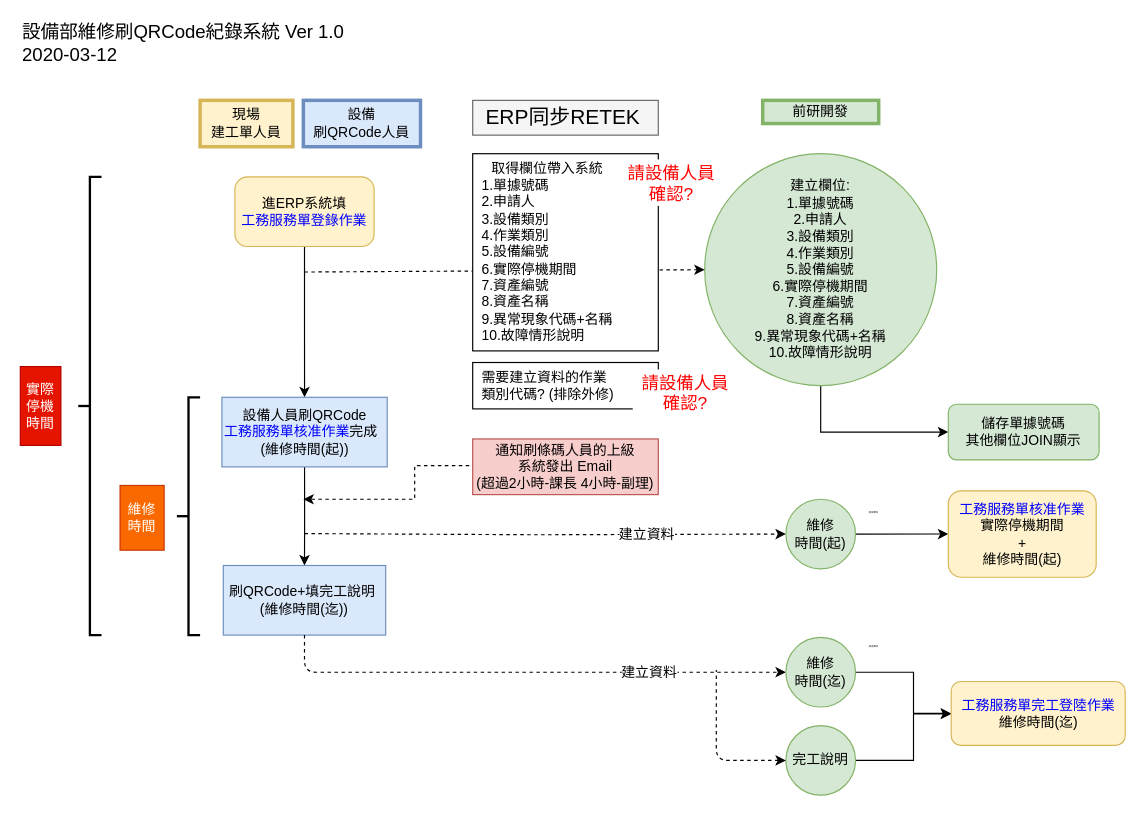
Before: 0311.drawio in tinalolo/drowio, a draw.io diagram. Source tidied: cells renumbered, new cells numbered last; positions are measured from the earlier drawing's top-left corner, leaving out a move shared by most shapes. Both pictures are drawn from the tidied source at 116%, with x=0, y=0 at pixel (20, 20).
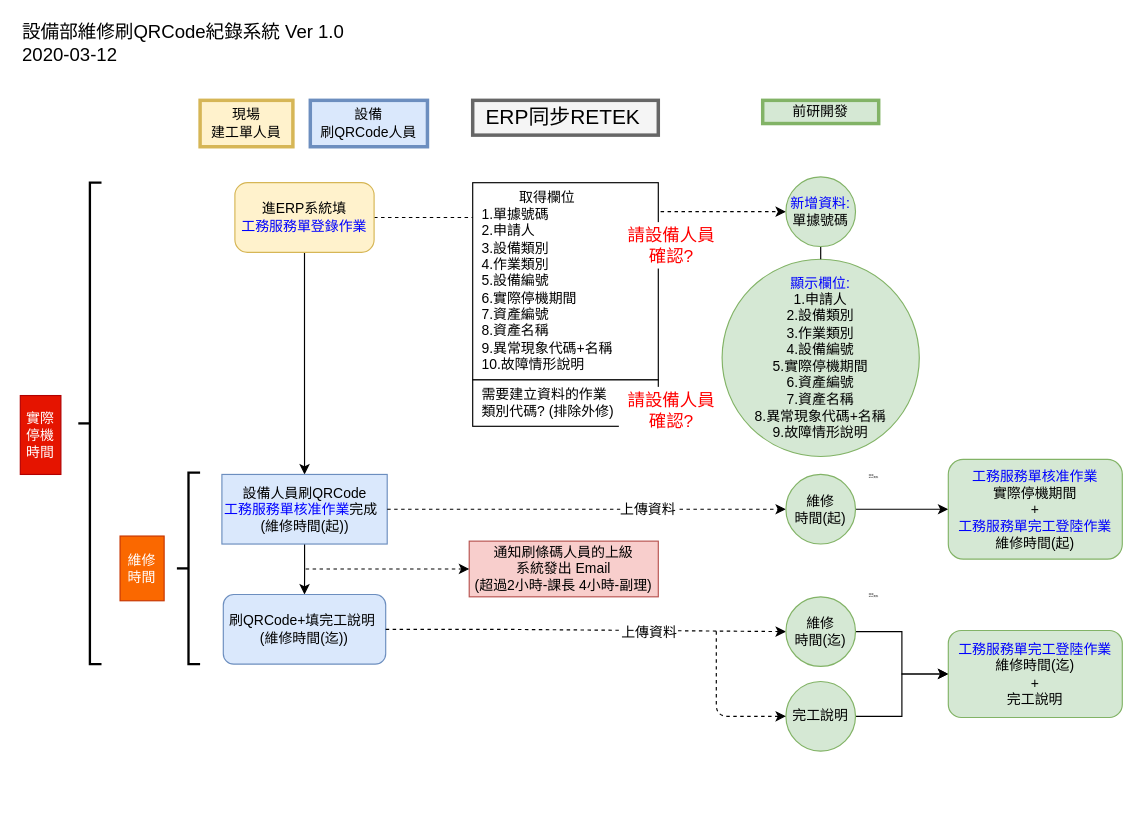
The same diagram, later.

Change to the diagram source:
```diff
@@
+    <mxCell id="42" style="edgeStyle=orthogonalEdgeStyle;rounded=0;jettySize=auto;html=1;exitX=1;exitY=0.5;exitDx=0;exitDy=0;entryX=0;entryY=0.5;entryDx=0;entryDy=0;startArrow=none;startFill=0;endArrow=classic;endFill=1;fontSize=2;fontColor=#FF0000;dashed=1;" parent="1" edge="1" source="3" target="44">
+      <mxGeometry relative="1" as="geometry" />
+    </mxCell>
     <mxCell id="3" value="進ERP系統填&lt;br&gt;&lt;font color=&quot;#0000ff&quot;&gt;工務服務單登錄作業&lt;/font&gt;" style="rounded=1;whiteSpace=wrap;html=1;fillColor=#fff2cc;strokeColor=#d6b656;arcSize=18;" parent="1" vertex="1">
-      <mxGeometry x="185" y="135" width="120" height="60" as="geometry" />
+      <mxGeometry x="185" y="140" width="120" height="60" as="geometry" />
     </mxCell>
@@
     <mxCell id="6" style="strokeWidth=2;html=1;shape=mxgraph.flowchart.annotation_2;align=left;labelPosition=right;" parent="1" vertex="1">
-      <mxGeometry x="50" y="135" width="20" height="395" as="geometry" />
+      <mxGeometry x="50" y="140" width="20" height="415" as="geometry" />
     </mxCell>
     <mxCell id="7" value="實際停機時間" style="text;html=1;strokeColor=#B20000;fillColor=#e51400;align=center;verticalAlign=middle;whiteSpace=wrap;rounded=0;fontColor=#ffffff;" parent="1" vertex="1">
-      <mxGeometry y="298.5" width="35" height="68" as="geometry" />
+      <mxGeometry y="323.5" width="35" height="68" as="geometry" />
     </mxCell>
@@
-    <mxCell id="9" value="刷QRCode+填完工說明&amp;nbsp;&lt;br&gt;(維修時間(迄))" style="rounded=0;whiteSpace=wrap;html=1;fillColor=#dae8fc;strokeColor=#6c8ebf;" parent="1" vertex="1">
-      <mxGeometry x="175" y="470" width="140" height="60" as="geometry" />
+    <mxCell id="9" value="刷QRCode+填完工說明&amp;nbsp;&lt;br&gt;(維修時間(迄))" style="rounded=1;whiteSpace=wrap;html=1;fillColor=#dae8fc;strokeColor=#6c8ebf;" parent="1" vertex="1">
+      <mxGeometry x="175" y="495" width="140" height="60" as="geometry" />
     </mxCell>
     <mxCell id="10" style="strokeWidth=2;html=1;shape=mxgraph.flowchart.annotation_2;align=left;labelPosition=right;" parent="1" vertex="1">
-      <mxGeometry x="135" y="325" width="20" height="205" as="geometry" />
+      <mxGeometry x="135" y="390" width="20" height="165" as="geometry" />
     </mxCell>
     <mxCell id="11" value="維修&lt;br&gt;時間" style="text;html=1;strokeColor=#C73500;fillColor=#fa6800;align=center;verticalAlign=middle;whiteSpace=wrap;rounded=0;direction=south;fontColor=#ffffff;" parent="1" vertex="1">
-      <mxGeometry x="86" y="401" width="38" height="55.8" as="geometry" />
+      <mxGeometry x="86" y="444.6" width="38" height="55.8" as="geometry" />
     </mxCell>
-    <mxCell id="12" style="edgeStyle=orthogonalEdgeStyle;rounded=0;jettySize=auto;html=1;exitX=0.5;exitY=1;exitDx=0;exitDy=0;entryX=0;entryY=0.5;entryDx=0;entryDy=0;startArrow=none;startFill=0;endArrow=classic;endFill=1;fontSize=2;fontColor=#FF0000;" parent="1" edge="1" source="13" target="36">
-      <mxGeometry relative="1" as="geometry" />
-    </mxCell>
-    <mxCell id="13" value="建立欄位:&lt;br&gt;&lt;span style=&quot;white-space: nowrap&quot;&gt;1.單據號碼&lt;/span&gt;&lt;div style=&quot;white-space: nowrap&quot;&gt;2.申請人&lt;/div&gt;&lt;div style=&quot;white-space: nowrap&quot;&gt;3.設備類別&lt;/div&gt;&lt;div style=&quot;white-space: nowrap&quot;&gt;4.作業類別&lt;/div&gt;&lt;div style=&quot;white-space: nowrap&quot;&gt;5.設備編號&lt;/div&gt;&lt;div style=&quot;white-space: nowrap&quot;&gt;6.實際停機期間&lt;/div&gt;&lt;div style=&quot;white-space: nowrap&quot;&gt;7.資產編號&lt;/div&gt;&lt;div style=&quot;white-space: nowrap&quot;&gt;8.資產名稱&lt;/div&gt;&lt;div style=&quot;white-space: nowrap&quot;&gt;9.異常現象代碼+名稱&lt;/div&gt;&lt;div style=&quot;white-space: nowrap&quot;&gt;10.故障情形說明&lt;/div&gt;" style="ellipse;whiteSpace=wrap;html=1;rounded=0;shadow=0;glass=0;comic=0;fillColor=#d5e8d4;strokeColor=#82b366;align=center;" parent="1" vertex="1">
-      <mxGeometry x="590" y="115" width="200" height="200" as="geometry" />
+    <mxCell id="13" value="&lt;span style=&quot;white-space: nowrap&quot;&gt;&lt;font color=&quot;#0000ff&quot;&gt;顯示欄位:&lt;/font&gt;&lt;br&gt;&lt;/span&gt;&lt;div style=&quot;white-space: nowrap&quot;&gt;1.申請人&lt;/div&gt;&lt;div style=&quot;white-space: nowrap&quot;&gt;2.設備類別&lt;/div&gt;&lt;div style=&quot;white-space: nowrap&quot;&gt;3.作業類別&lt;/div&gt;&lt;div style=&quot;white-space: nowrap&quot;&gt;4.設備編號&lt;/div&gt;&lt;div style=&quot;white-space: nowrap&quot;&gt;5.實際停機期間&lt;/div&gt;&lt;div style=&quot;white-space: nowrap&quot;&gt;6.資產編號&lt;/div&gt;&lt;div style=&quot;white-space: nowrap&quot;&gt;7.資產名稱&lt;/div&gt;&lt;div style=&quot;white-space: nowrap&quot;&gt;8.異常現象代碼+名稱&lt;/div&gt;&lt;div style=&quot;white-space: nowrap&quot;&gt;9.故障情形說明&lt;/div&gt;" style="ellipse;whiteSpace=wrap;html=1;rounded=0;shadow=0;glass=0;comic=0;fillColor=#d5e8d4;strokeColor=#82b366;align=center;" parent="1" vertex="1">
+      <mxGeometry x="605" y="206" width="170" height="170" as="geometry" />
     </mxCell>
@@
     <mxCell id="15" value="設備人員刷QRCode&lt;br&gt;&lt;span style=&quot;color: rgb(0 , 0 , 255)&quot;&gt;工務服務單&lt;/span&gt;&lt;font color=&quot;#0000ff&quot;&gt;核准作業&lt;/font&gt;完成&amp;nbsp;&amp;nbsp;&lt;br&gt;(維修時間(起))" style="rounded=0;whiteSpace=wrap;html=1;fillColor=#dae8fc;strokeColor=#6c8ebf;" parent="1" vertex="1">
-      <mxGeometry x="173.8" y="325" width="142.5" height="60" as="geometry" />
+      <mxGeometry x="173.8" y="391.5" width="142.5" height="60" as="geometry" />
     </mxCell>
-    <mxCell id="16" style="endArrow=classic;dashed=1;html=1;endFill=1;entryX=0;entryY=0.5;entryDx=0;entryDy=0;startArrow=none;startFill=0;" parent="1" edge="1" target="19">
-      <mxGeometry relative="1" as="geometry">
-        <mxPoint x="245" y="442.5" as="sourcePoint" />
-        <Array as="points">
-          <mxPoint x="445" y="443.5" />
-        </Array>
-      </mxGeometry>
+    <mxCell id="16" style="endArrow=classic;dashed=1;html=1;endFill=1;entryX=0;entryY=0.5;entryDx=0;entryDy=0;startArrow=none;startFill=0;exitX=1;exitY=0.5;exitDx=0;exitDy=0;" parent="1" edge="1" source="15" target="19">
+      <mxGeometry relative="1" as="geometry" />
     </mxCell>
-    <mxCell id="17" value="建立資料" style="text;html=1;align=center;verticalAlign=middle;labelBackgroundColor=#ffffff;" parent="16" vertex="1">
+    <mxCell id="17" value="上傳資料" style="text;html=1;align=center;verticalAlign=middle;labelBackgroundColor=#ffffff;" parent="16" vertex="1">
       <mxGeometry x="0.58" y="1" relative="1" as="geometry">
-        <mxPoint x="-33" y="0.9" as="offset" />
+        <mxPoint x="-47.9" y="1" as="offset" />
       </mxGeometry>
     </mxCell>
-    <mxCell id="18" style="edgeStyle=orthogonalEdgeStyle;rounded=0;jettySize=auto;html=1;exitX=1;exitY=0.5;exitDx=0;exitDy=0;entryX=0;entryY=0.5;entryDx=0;entryDy=0;startArrow=none;startFill=0;endArrow=classic;endFill=1;fontSize=18;fontColor=#FF0000;" parent="1" edge="1" source="19" target="37">
+    <mxCell id="18" style="edgeStyle=orthogonalEdgeStyle;rounded=0;jettySize=auto;html=1;exitX=1;exitY=0.5;exitDx=0;exitDy=0;entryX=0;entryY=0.5;entryDx=0;entryDy=0;startArrow=none;startFill=0;endArrow=classic;endFill=1;fontSize=2;fontColor=#FF0000;" parent="1" edge="1" source="19" target="37">
       <mxGeometry relative="1" as="geometry" />
     </mxCell>
     <mxCell id="19" value="維修&lt;br&gt;時間(起)" style="ellipse;whiteSpace=wrap;html=1;rounded=0;shadow=0;glass=0;comic=0;fillColor=#d5e8d4;strokeColor=#82b366;" parent="1" vertex="1">
-      <mxGeometry x="660" y="412.9" width="60" height="60" as="geometry" />
+      <mxGeometry x="660" y="391.5" width="60" height="60" as="geometry" />
     </mxCell>
-    <mxCell id="20" style="endArrow=classic;dashed=1;html=1;endFill=1;entryX=0;entryY=0.5;entryDx=0;entryDy=0;startArrow=none;startFill=0;exitX=0.5;exitY=1;exitDx=0;exitDy=0;" parent="1" edge="1" source="9" target="28">
+    <mxCell id="20" style="endArrow=classic;dashed=1;html=1;endFill=1;entryX=0;entryY=0.5;entryDx=0;entryDy=0;startArrow=none;startFill=0;exitX=1;exitY=0.5;exitDx=0;exitDy=0;" parent="1" edge="1" source="9" target="28">
       <mxGeometry relative="1" as="geometry">
         <Array as="points">
-          <mxPoint x="245" y="562" />
+          <mxPoint x="410" y="525" />
         </Array>
       </mxGeometry>
     </mxCell>
-    <mxCell id="21" value="建立資料" style="text;html=1;align=center;verticalAlign=middle;labelBackgroundColor=#ffffff;" parent="20" vertex="1">
+    <mxCell id="21" value="上傳資料" style="text;html=1;align=center;verticalAlign=middle;labelBackgroundColor=#ffffff;" parent="20" vertex="1">
       <mxGeometry x="0.58" y="1" relative="1" as="geometry">
-        <mxPoint x="-25" y="1" as="offset" />
+        <mxPoint x="-47" y="1.6" as="offset" />
       </mxGeometry>
     </mxCell>
@@
     <mxCell id="23" value="設備&lt;br&gt;刷QRCode人員" style="text;html=1;strokeColor=#6c8ebf;fillColor=#dae8fc;align=center;verticalAlign=middle;whiteSpace=wrap;rounded=0;strokeWidth=3;" parent="1" vertex="1">
-      <mxGeometry x="244" y="69" width="101" height="40" as="geometry" />
+      <mxGeometry x="250" y="69" width="101" height="40" as="geometry" />
     </mxCell>
-    <mxCell id="24" style="endArrow=classic;dashed=1;html=1;endFill=1;startArrow=none;startFill=0;strokeColor=#000000;entryX=0;entryY=0.5;entryDx=0;entryDy=0;" parent="1" edge="1" target="13">
-      <mxGeometry relative="1" as="geometry">
-        <mxPoint x="245" y="217" as="sourcePoint" />
-      </mxGeometry>
-    </mxCell>
-    <mxCell id="25" style="edgeStyle=orthogonalEdgeStyle;rounded=0;jettySize=auto;html=1;exitX=0;exitY=0.5;exitDx=0;exitDy=0;startArrow=none;startFill=0;endArrow=classic;endFill=1;fontSize=15;fontColor=#FF0000;dashed=1;" parent="1" edge="1" source="26">
-      <mxGeometry relative="1" as="geometry">
-        <mxPoint x="244" y="412.9" as="targetPoint" />
-        <Array as="points">
-          <mxPoint x="400" y="383.9" />
-          <mxPoint x="340" y="383.9" />
-          <mxPoint x="340" y="412.9" />
-        </Array>
-      </mxGeometry>
-    </mxCell>
     <mxCell id="26" value="&lt;span style=&quot;text-align: left ; white-space: nowrap&quot;&gt;通知刷條碼人員的上級&lt;/span&gt;&lt;span style=&quot;text-align: left ; white-space: nowrap&quot;&gt;&lt;br&gt;系統發出 Email&lt;br&gt;&lt;/span&gt;&lt;span style=&quot;text-align: left ; white-space: nowrap&quot;&gt;(超過2小時-課長 4小時-副理)&lt;/span&gt;&lt;span style=&quot;text-align: left ; white-space: nowrap&quot;&gt;&lt;br&gt;&lt;/span&gt;" style="rounded=0;whiteSpace=wrap;html=1;fillColor=#f8cecc;strokeColor=#b85450;" parent="1" vertex="1">
-      <mxGeometry x="390" y="360.9" width="160" height="48" as="geometry" />
+      <mxGeometry x="387" y="449" width="163" height="48" as="geometry" />
     </mxCell>
-    <mxCell id="27" style="edgeStyle=orthogonalEdgeStyle;rounded=0;jettySize=auto;html=1;exitX=1;exitY=0.5;exitDx=0;exitDy=0;entryX=0;entryY=0.5;entryDx=0;entryDy=0;startArrow=none;startFill=0;endArrow=classic;endFill=1;fontSize=2;fontColor=#FF0000;" parent="1" edge="1" source="28" target="39">
-      <mxGeometry relative="1" as="geometry">
-        <Array as="points">
-          <mxPoint x="770" y="562" />
-          <mxPoint x="770" y="598" />
-        </Array>
-      </mxGeometry>
+    <mxCell id="27" style="edgeStyle=orthogonalEdgeStyle;rounded=0;jettySize=auto;html=1;exitX=1;exitY=0.5;exitDx=0;exitDy=0;startArrow=none;startFill=0;endArrow=classic;endFill=1;fontSize=2;fontColor=#FF0000;" parent="1" edge="1" source="28" target="39">
+      <mxGeometry relative="1" as="geometry" />
     </mxCell>
     <mxCell id="28" value="維修&lt;br&gt;時間(迄)" style="ellipse;whiteSpace=wrap;html=1;rounded=0;shadow=0;glass=0;comic=0;fillColor=#d5e8d4;strokeColor=#82b366;" parent="1" vertex="1">
-      <mxGeometry x="660" y="532" width="60" height="60" as="geometry" />
+      <mxGeometry x="660" y="497" width="60" height="60" as="geometry" />
     </mxCell>
     <mxCell id="29" style="edgeStyle=orthogonalEdgeStyle;rounded=0;jettySize=auto;html=1;exitX=1;exitY=0.5;exitDx=0;exitDy=0;startArrow=none;startFill=0;endArrow=classic;endFill=1;fontSize=2;fontColor=#FF0000;" parent="1" edge="1" source="30" target="39">
-      <mxGeometry relative="1" as="geometry">
-        <Array as="points">
-          <mxPoint x="770" y="638" />
-          <mxPoint x="770" y="598" />
-        </Array>
-      </mxGeometry>
+      <mxGeometry relative="1" as="geometry" />
     </mxCell>
     <mxCell id="30" value="完工說明" style="ellipse;whiteSpace=wrap;html=1;rounded=0;shadow=0;glass=0;comic=0;fillColor=#d5e8d4;strokeColor=#82b366;" parent="1" vertex="1">
-      <mxGeometry x="660" y="608" width="60" height="60" as="geometry" />
+      <mxGeometry x="660" y="570" width="60" height="60" as="geometry" />
     </mxCell>
-    <mxCell id="31" value="&lt;div style=&quot;text-align: center&quot;&gt;&lt;span style=&quot;white-space: nowrap&quot;&gt;取得欄位帶入系統&lt;/span&gt;&lt;/div&gt;&lt;div style=&quot;white-space: nowrap&quot;&gt;1.單據號碼&lt;/div&gt;&lt;div style=&quot;white-space: nowrap&quot;&gt;2.申請人&lt;/div&gt;&lt;div style=&quot;white-space: nowrap&quot;&gt;3.設備類別&lt;/div&gt;&lt;div style=&quot;white-space: nowrap&quot;&gt;4.作業類別&lt;/div&gt;&lt;div style=&quot;white-space: nowrap&quot;&gt;5.設備編號&lt;/div&gt;&lt;div style=&quot;white-space: nowrap&quot;&gt;6.實際停機期間&lt;/div&gt;&lt;div style=&quot;white-space: nowrap&quot;&gt;7.資產編號&lt;/div&gt;&lt;div style=&quot;white-space: nowrap&quot;&gt;8.資產名稱&lt;/div&gt;&lt;div style=&quot;white-space: nowrap&quot;&gt;9.異常現象代碼+名稱&lt;/div&gt;&lt;div style=&quot;white-space: nowrap&quot;&gt;10.故障情形說明&lt;/div&gt;" style="rounded=0;whiteSpace=wrap;html=1;labelBackgroundColor=#ffffff;fillColor=#ffffff;gradientColor=none;align=left;spacingLeft=6;" parent="1" vertex="1">
-      <mxGeometry x="390" y="115" width="160" height="170" as="geometry" />
+    <mxCell id="31" value="&lt;div style=&quot;text-align: center&quot;&gt;&lt;span style=&quot;white-space: nowrap&quot;&gt;取得欄位&lt;/span&gt;&lt;/div&gt;&lt;div&gt;&lt;span style=&quot;white-space: nowrap&quot;&gt;1.單據號碼&lt;/span&gt;&lt;/div&gt;&lt;div style=&quot;white-space: nowrap&quot;&gt;2.申請人&lt;/div&gt;&lt;div style=&quot;white-space: nowrap&quot;&gt;3.設備類別&lt;/div&gt;&lt;div style=&quot;white-space: nowrap&quot;&gt;4.作業類別&lt;/div&gt;&lt;div style=&quot;white-space: nowrap&quot;&gt;5.設備編號&lt;/div&gt;&lt;div style=&quot;white-space: nowrap&quot;&gt;6.實際停機期間&lt;/div&gt;&lt;div style=&quot;white-space: nowrap&quot;&gt;7.資產編號&lt;/div&gt;&lt;div style=&quot;white-space: nowrap&quot;&gt;8.資產名稱&lt;/div&gt;&lt;div style=&quot;white-space: nowrap&quot;&gt;9.異常現象代碼+名稱&lt;/div&gt;&lt;div style=&quot;white-space: nowrap&quot;&gt;10.故障情形說明&lt;/div&gt;" style="rounded=0;whiteSpace=wrap;html=1;labelBackgroundColor=#ffffff;fillColor=#ffffff;gradientColor=none;align=left;spacingLeft=6;" parent="1" vertex="1">
+      <mxGeometry x="390" y="140" width="160" height="170" as="geometry" />
     </mxCell>
     <mxCell id="32" value="請設備人員&lt;br&gt;確認?" style="text;html=1;align=center;verticalAlign=middle;fontColor=#FF0000;fontSize=15;labelBackgroundColor=#FFFFFF;labelBorderColor=none;spacingTop=0;spacingRight=0;fillColor=#ffffff;" parent="1" vertex="1">
-      <mxGeometry x="516" y="120" width="90" height="40" as="geometry" />
+      <mxGeometry x="516" y="174" width="90" height="40" as="geometry" />
     </mxCell>
     <mxCell id="33" value="&lt;div&gt;需要建立資料的作業&lt;/div&gt;&lt;div&gt;類別代碼? (排除外修)&lt;/div&gt;" style="rounded=0;whiteSpace=wrap;html=1;labelBackgroundColor=#ffffff;fillColor=#ffffff;gradientColor=none;align=left;spacingLeft=6;" parent="1" vertex="1">
-      <mxGeometry x="390" y="295" width="160" height="40" as="geometry" />
+      <mxGeometry x="390" y="310" width="160" height="40" as="geometry" />
     </mxCell>
-    <mxCell id="34" value="&amp;nbsp;ERP同步RETEK&amp;nbsp;&amp;nbsp;" style="text;html=1;align=center;verticalAlign=middle;fontSize=18;gradientColor=none;fillColor=#f5f5f5;strokeColor=#666666;gradientDirection=south;" parent="1" vertex="1">
+    <mxCell id="34" value="&amp;nbsp;ERP同步RETEK&amp;nbsp;&amp;nbsp;" style="text;html=1;align=center;verticalAlign=middle;fontSize=18;gradientColor=none;fillColor=#f5f5f5;strokeColor=#666666;gradientDirection=south;strokeWidth=3;" parent="1" vertex="1">
       <mxGeometry x="390" y="69" width="160" height="30" as="geometry" />
     </mxCell>
     <mxCell id="35" value="請設備人員&lt;br&gt;確認?" style="text;html=1;align=center;verticalAlign=middle;fontColor=#FF0000;fontSize=15;labelBackgroundColor=#FFFFFF;labelBorderColor=none;spacingTop=0;spacingRight=0;fillColor=#ffffff;" parent="1" vertex="1">
-      <mxGeometry x="528" y="301" width="90" height="40" as="geometry" />
+      <mxGeometry x="516" y="316" width="90" height="40" as="geometry" />
     </mxCell>
-    <mxCell id="36" value="儲存單據號碼&lt;br&gt;其他欄位JOIN顯示" style="rounded=1;whiteSpace=wrap;html=1;fillColor=#d5e8d4;strokeColor=#82b366;" parent="1" vertex="1">
-      <mxGeometry x="800" y="331" width="130" height="48" as="geometry" />
-    </mxCell>
-    <mxCell id="37" value="&lt;font color=&quot;#0000ff&quot;&gt;工務服務單核准作業&lt;/font&gt;&lt;br&gt;實際停機期間&lt;br&gt;+&lt;br&gt;維修時間(起)" style="rounded=1;whiteSpace=wrap;html=1;fillColor=#fff2cc;strokeColor=#d6b656;" parent="1" vertex="1">
-      <mxGeometry x="800" y="405.6" width="127.5" height="74.5" as="geometry" />
+    <mxCell id="37" value="&lt;font color=&quot;#0000ff&quot;&gt;工務服務單核准作業&lt;/font&gt;&lt;br&gt;實際停機期間&lt;br&gt;+&lt;br&gt;&lt;span style=&quot;color: rgb(0 , 0 , 255)&quot;&gt;工務服務單完工登陸作業&lt;/span&gt;&lt;br&gt;維修時間(起)" style="rounded=1;whiteSpace=wrap;html=1;fillColor=#d5e8d4;strokeColor=#82b366;" parent="1" vertex="1">
+      <mxGeometry x="800" y="378.5" width="150" height="86" as="geometry" />
     </mxCell>
-    <mxCell id="38" value="回寫資料" style="text;html=1;fontSize=2;" parent="1" vertex="1">
-      <mxGeometry x="730" y="415.5" width="60" height="23" as="geometry" />
+    <mxCell id="38" value="回寫&lt;br&gt;ERP資料" style="text;html=1;fontSize=2;" parent="1" vertex="1">
+      <mxGeometry x="730" y="384" width="60" height="23" as="geometry" />
     </mxCell>
-    <mxCell id="39" value="&lt;font color=&quot;#0000ff&quot;&gt;工務服務單完工登陸作業&lt;/font&gt;&lt;br&gt;維修時間(迄)" style="rounded=1;whiteSpace=wrap;html=1;fillColor=#fff2cc;strokeColor=#d6b656;" parent="1" vertex="1">
-      <mxGeometry x="802.5" y="570" width="150" height="55" as="geometry" />
+    <mxCell id="39" value="&lt;font color=&quot;#0000ff&quot;&gt;工務服務單完工登陸作業&lt;/font&gt;&lt;br&gt;維修時間(迄)&lt;br&gt;+&lt;br&gt;完工說明" style="rounded=1;whiteSpace=wrap;html=1;fillColor=#d5e8d4;strokeColor=#82b366;" parent="1" vertex="1">
+      <mxGeometry x="800" y="526" width="150" height="75" as="geometry" />
     </mxCell>
-    <mxCell id="40" value="回寫資料" style="text;html=1;fontSize=2;" parent="1" vertex="1">
-      <mxGeometry x="730" y="532" width="60" height="23" as="geometry" />
+    <mxCell id="40" value="回寫&lt;br&gt;ERP資料" style="text;html=1;fontSize=2;" parent="1" vertex="1">
+      <mxGeometry x="730" y="486.8" width="60" height="23" as="geometry" />
     </mxCell>
     <mxCell id="41" style="endArrow=none;dashed=1;html=1;fontSize=2;fontColor=#FF0000;exitX=0;exitY=0.5;exitDx=0;exitDy=0;endFill=0;startArrow=classic;startFill=1;" parent="1" edge="1" source="30">
       <mxGeometry relative="1" as="geometry">
-        <mxPoint x="600" y="560" as="targetPoint" />
+        <mxPoint x="600" y="526" as="targetPoint" />
         <Array as="points">
-          <mxPoint x="600" y="638" />
+          <mxPoint x="600" y="600" />
         </Array>
       </mxGeometry>
     </mxCell>
+    <mxCell id="43" style="edgeStyle=orthogonalEdgeStyle;rounded=0;jettySize=auto;html=1;exitX=0.5;exitY=1;exitDx=0;exitDy=0;entryX=0.5;entryY=0;entryDx=0;entryDy=0;startArrow=none;startFill=0;endArrow=none;endFill=0;fontSize=2;fontColor=#FF0000;" parent="1" edge="1" source="44" target="13">
+      <mxGeometry relative="1" as="geometry" />
+    </mxCell>
+    <mxCell id="44" value="&lt;font color=&quot;#0000ff&quot;&gt;新增資料:&lt;/font&gt;&lt;br&gt;單據號碼" style="ellipse;whiteSpace=wrap;html=1;rounded=0;shadow=0;glass=0;comic=0;fillColor=#d5e8d4;strokeColor=#82b366;" parent="1" vertex="1">
+      <mxGeometry x="660" y="135" width="60" height="60" as="geometry" />
+    </mxCell>
+    <mxCell id="45" style="endArrow=classic;dashed=1;html=1;fontSize=2;fontColor=#FF0000;entryX=0;entryY=0.5;entryDx=0;entryDy=0;endFill=1;" parent="1" edge="1" target="26">
+      <mxGeometry relative="1" as="geometry">
+        <mxPoint x="246" y="473" as="sourcePoint" />
+      </mxGeometry>
+    </mxCell>
```
